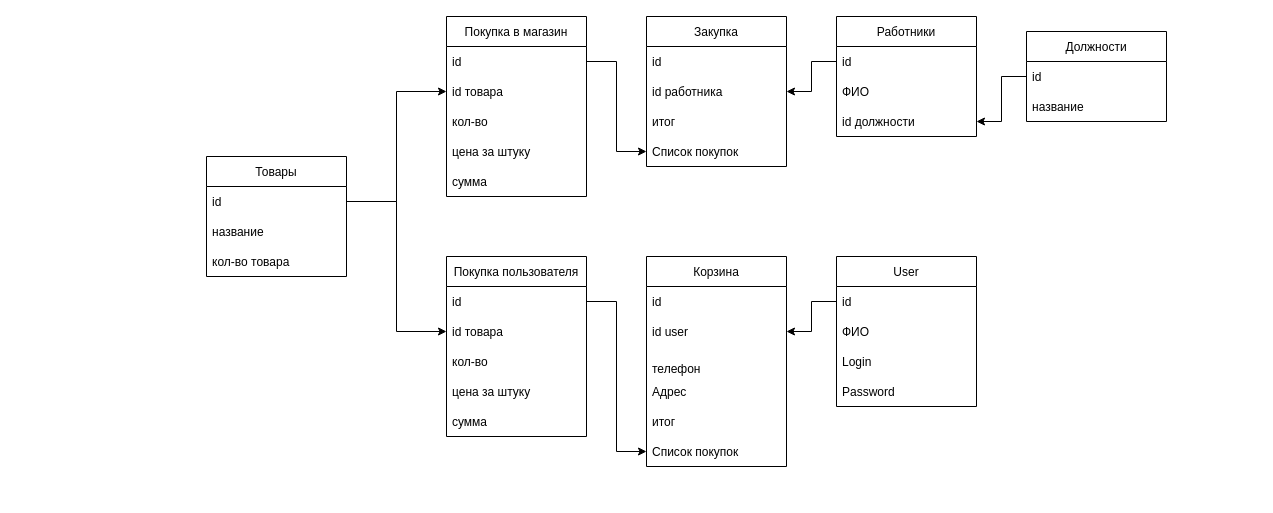
The draw.io diagram Untitled Diagram.drawio in G-genius/shopAPI_ANIMALS, before the edit. Source tidied: cells renumbered, new cells numbered last; positions are measured from the earlier drawing's top-left corner, leaving out a move shared by most shapes. Both pictures are drawn from the tidied source at 100%, with x=0, y=0 at pixel (206, 16).
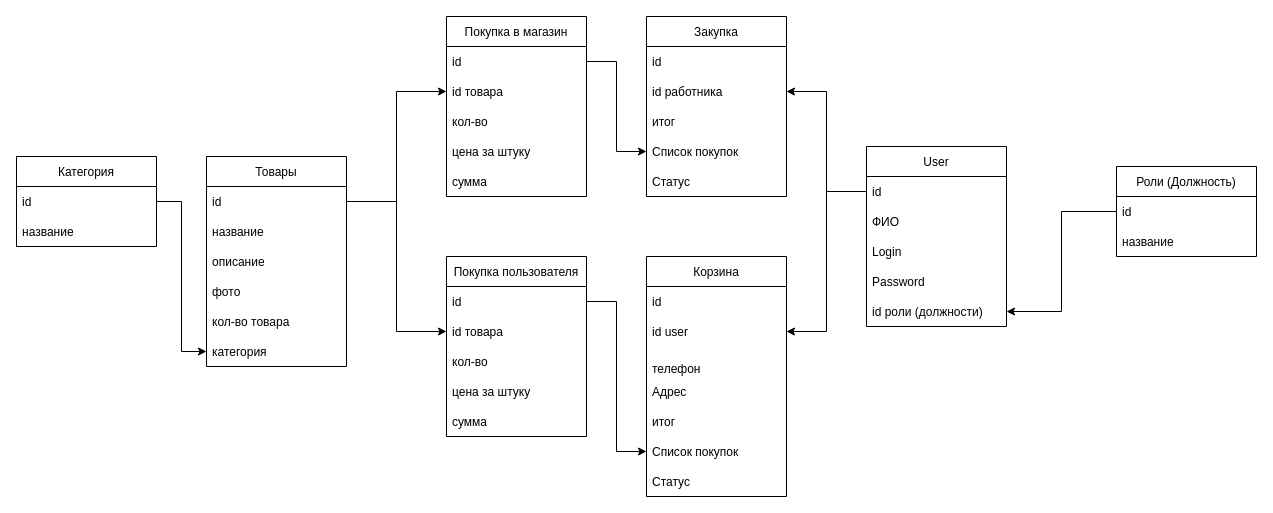
The same diagram, later.

Commit message:
Обновление ER-диаграммы

Unchanged cells that the change refers to:
```xml
<mxCell id="13" value="id" style="text;strokeColor=none;fillColor=none;align=left;verticalAlign=middle;spacingLeft=4;spacingRight=4;overflow=hidden;points=[[0,0.5],[1,0.5]];portConstraint=eastwest;" parent="12" vertex="1">
  <mxGeometry y="30" width="140" height="30" as="geometry" />
</mxCell>
<mxCell id="26" value="id user" style="text;strokeColor=none;fillColor=none;align=left;verticalAlign=middle;spacingLeft=4;spacingRight=4;overflow=hidden;points=[[0,0.5],[1,0.5]];portConstraint=eastwest;" parent="24" vertex="1">
  <mxGeometry y="60" width="140" height="30" as="geometry" />
</mxCell>
<mxCell id="33" value="id работника" style="text;strokeColor=none;fillColor=none;align=left;verticalAlign=middle;spacingLeft=4;spacingRight=4;overflow=hidden;points=[[0,0.5],[1,0.5]];portConstraint=eastwest;" parent="31" vertex="1">
  <mxGeometry y="60" width="140" height="30" as="geometry" />
</mxCell>
```

Diff of the diagram source:
```diff
@@
     <mxCell id="8" value="Товары" style="swimlane;fontStyle=0;horizontal=1;startSize=30;" parent="1" vertex="1">
-      <mxGeometry y="140" width="140" height="120" as="geometry" />
+      <mxGeometry y="140" width="140" height="210" as="geometry" />
     </mxCell>
@@
+    <mxCell id="49" value="описание" style="text;strokeColor=none;fillColor=none;align=left;verticalAlign=middle;spacingLeft=4;spacingRight=4;overflow=hidden;" parent="8" vertex="1">
+      <mxGeometry y="90" width="140" height="30" as="geometry" />
+    </mxCell>
+    <mxCell id="50" value="фото" style="text;strokeColor=none;fillColor=none;align=left;verticalAlign=middle;spacingLeft=4;spacingRight=4;overflow=hidden;" parent="8" vertex="1">
+      <mxGeometry y="120" width="140" height="30" as="geometry" />
+    </mxCell>
     <mxCell id="11" value="кол-во товара" style="text;strokeColor=none;fillColor=none;align=left;verticalAlign=middle;spacingLeft=4;spacingRight=4;overflow=hidden;" parent="8" vertex="1">
-      <mxGeometry y="90" width="140" height="30" as="geometry" />
+      <mxGeometry y="150" width="140" height="30" as="geometry" />
     </mxCell>
+    <mxCell id="51" value="категория" style="text;strokeColor=none;fillColor=none;align=left;verticalAlign=middle;spacingLeft=4;spacingRight=4;overflow=hidden;points=[[0,0.5],[1,0.5]];portConstraint=eastwest;" parent="8" vertex="1">
+      <mxGeometry y="180" width="140" height="30" as="geometry" />
+    </mxCell>
     <mxCell id="12" value="User" style="swimlane;fontStyle=0;horizontal=1;startSize=30;" parent="1" vertex="1">
-      <mxGeometry x="630" y="240" width="140" height="150" as="geometry" />
+      <mxGeometry x="660" y="130" width="140" height="180" as="geometry" />
     </mxCell>
@@
-    <mxCell id="17" value="Работники" style="swimlane;fontStyle=0;horizontal=1;startSize=30;" parent="1" vertex="1">
-      <mxGeometry x="630" width="140" height="120" as="geometry" />
-    </mxCell>
-    <mxCell id="18" value="id" style="text;strokeColor=none;fillColor=none;align=left;verticalAlign=middle;spacingLeft=4;spacingRight=4;overflow=hidden;points=[[0,0.5],[1,0.5]];portConstraint=eastwest;" parent="17" vertex="1">
-      <mxGeometry y="30" width="140" height="30" as="geometry" />
-    </mxCell>
-    <mxCell id="19" value="ФИО" style="text;strokeColor=none;fillColor=none;align=left;verticalAlign=middle;spacingLeft=4;spacingRight=4;overflow=hidden;" parent="17" vertex="1">
-      <mxGeometry y="60" width="140" height="30" as="geometry" />
-    </mxCell>
-    <mxCell id="20" value="id должности" style="text;strokeColor=none;fillColor=none;align=left;verticalAlign=middle;spacingLeft=4;spacingRight=4;overflow=hidden;points=[[0,0.5],[1,0.5]];portConstraint=eastwest;" parent="17" vertex="1">
-      <mxGeometry y="90" width="140" height="30" as="geometry" />
-    </mxCell>
-    <mxCell id="21" value="Должности" style="swimlane;fontStyle=0;horizontal=1;startSize=30;" parent="1" vertex="1">
-      <mxGeometry x="820" y="15" width="140" height="90" as="geometry" />
-    </mxCell>
-    <mxCell id="22" value="id" style="text;strokeColor=none;fillColor=none;align=left;verticalAlign=middle;spacingLeft=4;spacingRight=4;overflow=hidden;points=[[0,0.5],[1,0.5]];portConstraint=eastwest;" parent="21" vertex="1">
-      <mxGeometry y="30" width="140" height="30" as="geometry" />
-    </mxCell>
-    <mxCell id="23" value="название" style="text;strokeColor=none;fillColor=none;align=left;verticalAlign=middle;spacingLeft=4;spacingRight=4;overflow=hidden;" parent="21" vertex="1">
-      <mxGeometry y="60" width="140" height="30" as="geometry" />
-    </mxCell>
+    <mxCell id="52" value="id роли (должности)" style="text;strokeColor=none;fillColor=none;align=left;verticalAlign=middle;spacingLeft=4;spacingRight=4;overflow=hidden;points=[[0,0.5],[1,0.5]];portConstraint=eastwest;" parent="12" vertex="1">
+      <mxGeometry y="150" width="140" height="30" as="geometry" />
+    </mxCell>
     <mxCell id="24" value="Корзина" style="swimlane;fontStyle=0;horizontal=1;startSize=30;" parent="1" vertex="1">
-      <mxGeometry x="440" y="240" width="140" height="210" as="geometry" />
+      <mxGeometry x="440" y="240" width="140" height="240" as="geometry" />
     </mxCell>
@@
+    <mxCell id="53" value="Статус" style="text;strokeColor=none;fillColor=none;align=left;verticalAlign=middle;spacingLeft=4;spacingRight=4;overflow=hidden;" parent="24" vertex="1">
+      <mxGeometry y="210" width="140" height="30" as="geometry" />
+    </mxCell>
     <mxCell id="31" value="Закупка" style="swimlane;fontStyle=0;horizontal=1;startSize=30;" parent="1" vertex="1">
-      <mxGeometry x="440" width="140" height="150" as="geometry" />
+      <mxGeometry x="440" width="140" height="180" as="geometry" />
     </mxCell>
@@
+    <mxCell id="54" value="Статус" style="text;strokeColor=none;fillColor=none;align=left;verticalAlign=middle;spacingLeft=4;spacingRight=4;overflow=hidden;" parent="31" vertex="1">
+      <mxGeometry y="150" width="140" height="30" as="geometry" />
+    </mxCell>
@@
     <mxCell id="38" style="edgeStyle=orthogonalEdgeStyle;rounded=0;jettySize=auto;html=1;exitX=0;exitY=0.5;exitDx=0;exitDy=0;" parent="1" edge="1" source="13" target="26">
-      <mxGeometry relative="1" as="geometry" />
+      <mxGeometry relative="1" as="geometry">
+        <Array as="points">
+          <mxPoint x="620" y="175" />
+          <mxPoint x="620" y="315" />
+        </Array>
+      </mxGeometry>
     </mxCell>
-    <mxCell id="39" style="edgeStyle=orthogonalEdgeStyle;rounded=0;jettySize=auto;html=1;exitX=0;exitY=0.5;exitDx=0;exitDy=0;" parent="1" edge="1" source="18" target="33">
-      <mxGeometry relative="1" as="geometry" />
-    </mxCell>
@@
-    <mxCell id="48" style="edgeStyle=orthogonalEdgeStyle;rounded=0;jettySize=auto;html=1;exitX=0;exitY=0.5;exitDx=0;exitDy=0;" parent="1" edge="1" source="22" target="20">
-      <mxGeometry relative="1" as="geometry" />
-    </mxCell>
+    <mxCell id="55" value="Категория" style="swimlane;fontStyle=0;horizontal=1;startSize=30;" parent="1" vertex="1">
+      <mxGeometry x="-190" y="140" width="140" height="90" as="geometry" />
+    </mxCell>
+    <mxCell id="56" value="id" style="text;strokeColor=none;fillColor=none;align=left;verticalAlign=middle;spacingLeft=4;spacingRight=4;overflow=hidden;points=[[0,0.5],[1,0.5]];portConstraint=eastwest;" parent="55" vertex="1">
+      <mxGeometry y="30" width="140" height="30" as="geometry" />
+    </mxCell>
+    <mxCell id="57" value="название" style="text;strokeColor=none;fillColor=none;align=left;verticalAlign=middle;spacingLeft=4;spacingRight=4;overflow=hidden;" parent="55" vertex="1">
+      <mxGeometry y="60" width="140" height="30" as="geometry" />
+    </mxCell>
+    <mxCell id="58" style="edgeStyle=orthogonalEdgeStyle;rounded=0;jettySize=auto;html=1;exitX=1;exitY=0.5;exitDx=0;exitDy=0;entryX=0;entryY=0.5;entryDx=0;entryDy=0;" parent="1" edge="1" source="56" target="51">
+      <mxGeometry relative="1" as="geometry" />
+    </mxCell>
+    <mxCell id="59" value="Роли (Должность)" style="swimlane;fontStyle=0;horizontal=1;startSize=30;" parent="1" vertex="1">
+      <mxGeometry x="910" y="150" width="140" height="90" as="geometry" />
+    </mxCell>
+    <mxCell id="60" value="id" style="text;strokeColor=none;fillColor=none;align=left;verticalAlign=middle;spacingLeft=4;spacingRight=4;overflow=hidden;points=[[0,0.5],[1,0.5]];portConstraint=eastwest;" parent="59" vertex="1">
+      <mxGeometry y="30" width="140" height="30" as="geometry" />
+    </mxCell>
+    <mxCell id="61" value="название" style="text;strokeColor=none;fillColor=none;align=left;verticalAlign=middle;spacingLeft=4;spacingRight=4;overflow=hidden;" parent="59" vertex="1">
+      <mxGeometry y="60" width="140" height="30" as="geometry" />
+    </mxCell>
+    <mxCell id="62" style="edgeStyle=orthogonalEdgeStyle;rounded=0;jettySize=auto;html=1;entryX=1;entryY=0.5;entryDx=0;entryDy=0;" parent="1" edge="1" source="60" target="52">
+      <mxGeometry relative="1" as="geometry" />
+    </mxCell>
+    <mxCell id="63" style="edgeStyle=orthogonalEdgeStyle;rounded=0;jettySize=auto;html=1;exitX=0;exitY=0.5;exitDx=0;exitDy=0;entryX=1;entryY=0.5;entryDx=0;entryDy=0;" parent="1" edge="1" source="13" target="33">
+      <mxGeometry relative="1" as="geometry" />
+    </mxCell>
```
